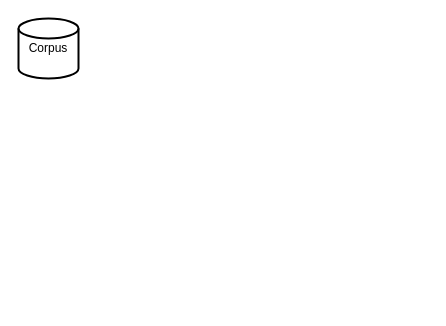
scrodrig/Diagrams keeps this draw.io diagram as drawio/ir/IR_architecture.drawio. Above is the earlier version. Source tidied: cells renumbered, new cells numbered last; positions are measured from the earlier drawing's top-left corner, leaving out a move shared by most shapes. Both pictures are drawn from the tidied source at 100%, with x=0, y=0 at pixel (18, 18).
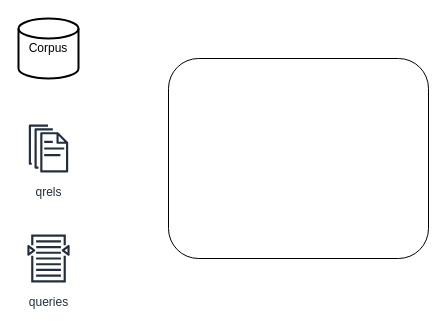
Above is the later version.

The edit, as a diff of the source:
```diff
@@
 <mxGraphModel>
   <root>
     <mxCell id="0" />
     <mxCell id="1" parent="0" />
     <mxCell id="2" value="Corpus" style="strokeWidth=2;html=1;shape=mxgraph.flowchart.database;whiteSpace=wrap;" parent="1" vertex="1">
       <mxGeometry width="60" height="60" as="geometry" />
     </mxCell>
+    <mxCell id="3" value="queries" style="sketch=0;fontColor=#232F3E;gradientColor=none;strokeColor=#232F3E;fillColor=#ffffff;dashed=0;verticalLabelPosition=bottom;verticalAlign=top;align=center;html=1;fontSize=12;fontStyle=0;shape=mxgraph.aws4.resourceIcon;resIcon=mxgraph.aws4.search_documents;" parent="1" vertex="1">
+      <mxGeometry y="210" width="60" height="60" as="geometry" />
+    </mxCell>
+    <mxCell id="4" value="qrels" style="sketch=0;fontColor=#232F3E;gradientColor=none;strokeColor=#232F3E;fillColor=#ffffff;dashed=0;verticalLabelPosition=bottom;verticalAlign=top;align=center;html=1;fontSize=12;fontStyle=0;shape=mxgraph.aws4.resourceIcon;resIcon=mxgraph.aws4.documents;" parent="1" vertex="1">
+      <mxGeometry y="100" width="60" height="60" as="geometry" />
+    </mxCell>
+    <mxCell id="5" style="rounded=1;whiteSpace=wrap;html=1;" parent="1" vertex="1">
+      <mxGeometry x="150" y="40" width="260" height="200" as="geometry" />
+    </mxCell>
   </root>
 </mxGraphModel>
```
